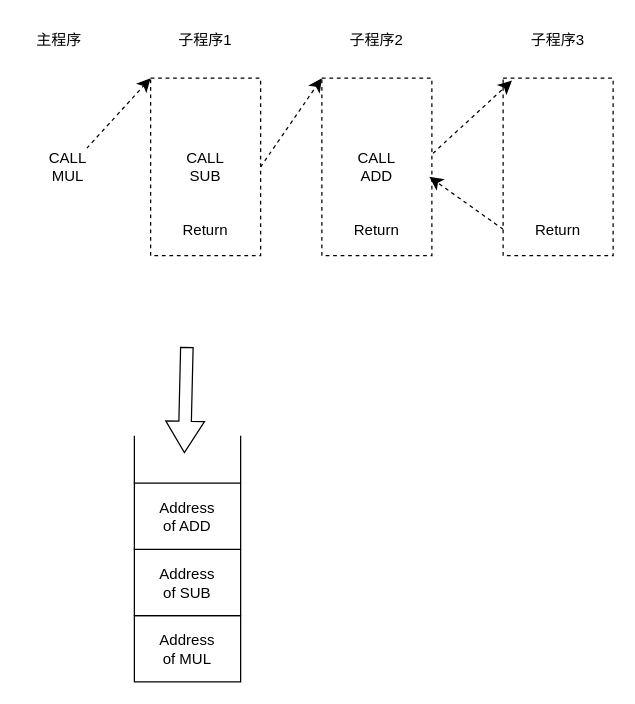
Above: directory/RAS.drawio in lllwwwooo/draw.io (draw.io), before the change. Source tidied: cells renumbered, new cells numbered last; positions are measured from the earlier drawing's top-left corner, leaving out a move shared by most shapes. Both pictures are drawn from the tidied source at 125%, with x=0, y=0 at pixel (21, 21).
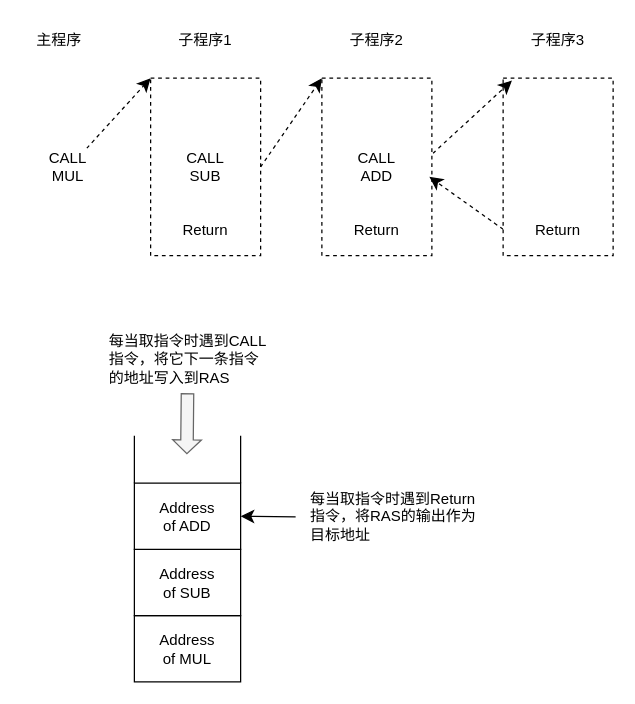
Above is the later version.

The change refers to these unchanged cells:
```xml
<mxCell id="16" value="Address&lt;div&gt;of ADD&lt;/div&gt;" style="rounded=0;whiteSpace=wrap;html=1;" parent="1" vertex="1">
  <mxGeometry x="90" y="369" width="85" height="53" as="geometry" />
</mxCell>
```

The edit, as a diff of the source:
```diff
@@
-    <mxCell id="19" style="shape=flexArrow;endArrow=classic;html=1;rounded=0;fontSize=12;startSize=8;endSize=8;curved=1;" parent="1" edge="1">
+    <mxCell id="19" style="shape=flexArrow;endArrow=classic;html=1;rounded=0;fontSize=12;startSize=8;endSize=3.37;curved=1;fillColor=#f5f5f5;strokeColor=#666666;endWidth=12;" parent="1" edge="1">
       <mxGeometry relative="1" as="geometry">
-        <mxPoint x="132" y="260" as="sourcePoint" />
-        <mxPoint x="130" y="345" as="targetPoint" />
+        <mxPoint x="132.5" y="297" as="sourcePoint" />
+        <mxPoint x="132" y="346" as="targetPoint" />
       </mxGeometry>
     </mxCell>
+    <mxCell id="20" value="每当取指令时遇到CALL指令，将它下一条指令的地址写入到RAS" style="text;html=1;align=left;verticalAlign=middle;whiteSpace=wrap;rounded=0;" parent="1" vertex="1">
+      <mxGeometry x="67.5" y="255" width="130" height="30" as="geometry" />
+    </mxCell>
+    <mxCell id="21" style="endArrow=classic;html=1;rounded=0;fontSize=12;startSize=8;endSize=8;curved=1;entryX=1;entryY=0.5;entryDx=0;entryDy=0;" parent="1" edge="1" target="16">
+      <mxGeometry relative="1" as="geometry">
+        <mxPoint x="219" y="396" as="sourcePoint" />
+      </mxGeometry>
+    </mxCell>
+    <mxCell id="22" value="每当取指令时遇到Return指令，将RAS的输出作为目标地址" style="text;html=1;align=left;verticalAlign=middle;whiteSpace=wrap;rounded=0;" parent="1" vertex="1">
+      <mxGeometry x="229" y="380.5" width="140" height="30" as="geometry" />
+    </mxCell>
```
